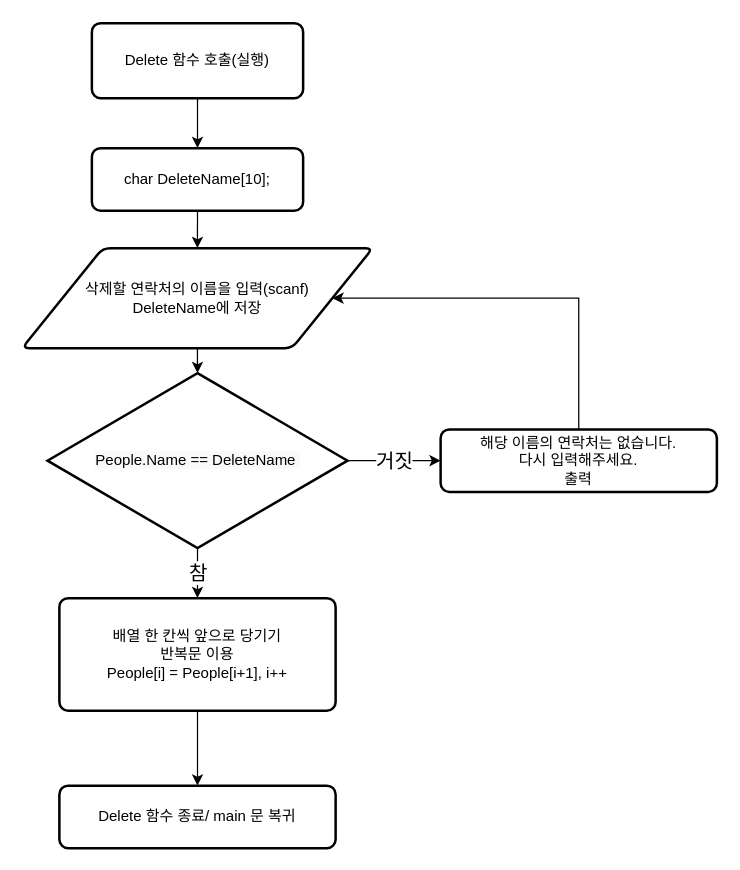
This is Delete 기능.drawio from skatld123/NSH, a draw.io file, before an edit. Source tidied: cells renumbered, new cells numbered last; positions are measured from the earlier drawing's top-left corner, leaving out a move shared by most shapes. Both pictures are drawn from the tidied source at 125%, with x=0, y=0 at pixel (21, 22).
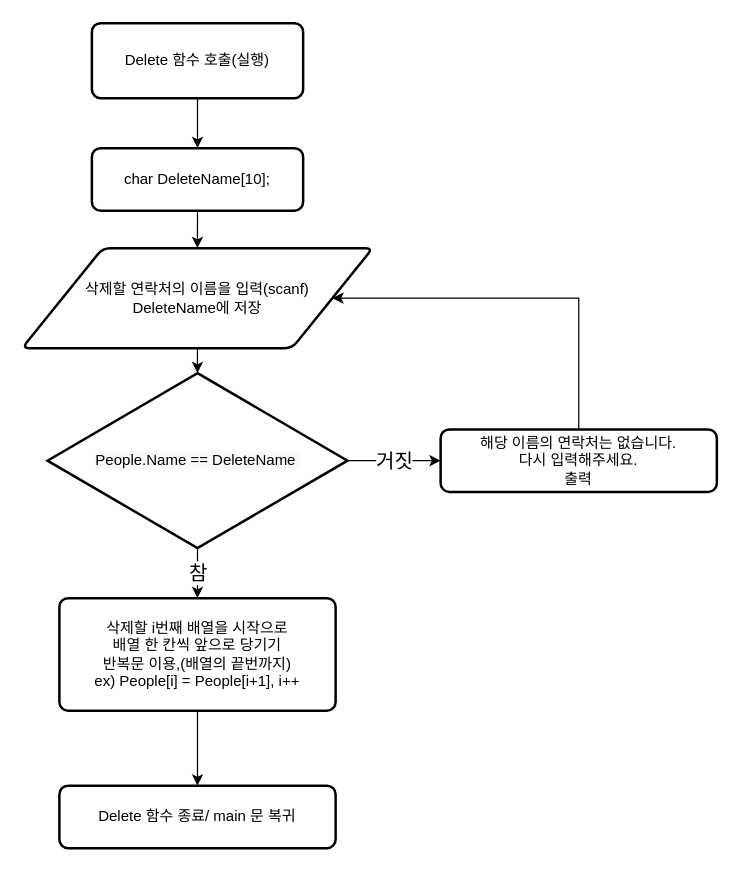
The same page after the edit.

Commit message:
Delete 기능.drawio 업데이트

What changed in the source:
```diff
@@
 <mxGraphModel>
   <root>
     <mxCell id="0" />
     <mxCell id="1" parent="0" />
     <mxCell id="2" style="edgeStyle=orthogonalEdgeStyle;rounded=0;jettySize=auto;html=1;exitX=0.5;exitY=1;exitDx=0;exitDy=0;entryX=0.5;entryY=0;entryDx=0;entryDy=0;" parent="1" edge="1" source="3" target="5">
       <mxGeometry relative="1" as="geometry" />
     </mxCell>
     <mxCell id="3" value="Delete 함수 호출(실행)" style="rounded=1;whiteSpace=wrap;html=1;absoluteArcSize=1;arcSize=14;strokeWidth=2;" parent="1" vertex="1">
       <mxGeometry x="56" width="169" height="60" as="geometry" />
     </mxCell>
     <mxCell id="4" style="edgeStyle=orthogonalEdgeStyle;rounded=0;jettySize=auto;html=1;exitX=0.5;exitY=1;exitDx=0;exitDy=0;entryX=0.5;entryY=0;entryDx=0;entryDy=0;" parent="1" edge="1" source="5" target="7">
       <mxGeometry relative="1" as="geometry" />
     </mxCell>
     <mxCell id="5" value="char DeleteName[10];" style="rounded=1;whiteSpace=wrap;html=1;absoluteArcSize=1;arcSize=14;strokeWidth=2;" parent="1" vertex="1">
       <mxGeometry x="56" y="100" width="169" height="50" as="geometry" />
     </mxCell>
     <mxCell id="6" style="edgeStyle=orthogonalEdgeStyle;rounded=0;jettySize=auto;html=1;exitX=0.5;exitY=1;exitDx=0;exitDy=0;entryX=0.5;entryY=0;entryDx=0;entryDy=0;entryPerimeter=0;" parent="1" edge="1" source="7" target="14">
       <mxGeometry relative="1" as="geometry" />
     </mxCell>
     <mxCell id="7" value="삭제할 연락처의 이름을 입력(scanf)&lt;br&gt;DeleteName에 저장" style="shape=parallelogram;html=1;strokeWidth=2;perimeter=parallelogramPerimeter;whiteSpace=wrap;rounded=1;arcSize=12;size=0.23;" parent="1" vertex="1">
       <mxGeometry x="0.2" y="180" width="280.5" height="80" as="geometry" />
     </mxCell>
     <mxCell id="8" style="edgeStyle=orthogonalEdgeStyle;rounded=0;jettySize=auto;html=1;exitX=0.5;exitY=1;exitDx=0;exitDy=0;entryX=0.5;entryY=0;entryDx=0;entryDy=0;" parent="1" edge="1" source="9" target="15">
       <mxGeometry relative="1" as="geometry" />
     </mxCell>
-    <mxCell id="9" value="배열 한 칸씩 앞으로 당기기&lt;br&gt;반복문 이용&lt;br&gt;People[i] = People[i+1], i++" style="rounded=1;whiteSpace=wrap;html=1;absoluteArcSize=1;arcSize=14;strokeWidth=2;" parent="1" vertex="1">
+    <mxCell id="9" value="삭제할 i번째 배열을 시작으로&lt;br&gt;배열 한 칸씩 앞으로 당기기&lt;br&gt;반복문 이용,(배열의 끝번까지)&lt;br&gt;ex) People[i] = People[i+1], i++" style="rounded=1;whiteSpace=wrap;html=1;absoluteArcSize=1;arcSize=14;strokeWidth=2;" parent="1" vertex="1">
       <mxGeometry x="30" y="460" width="221" height="90" as="geometry" />
     </mxCell>
     <mxCell id="10" style="edgeStyle=orthogonalEdgeStyle;rounded=0;jettySize=auto;html=1;entryX=1;entryY=0.5;entryDx=0;entryDy=0;fontSize=16;" parent="1" edge="1" source="11" target="7">
       <mxGeometry relative="1" as="geometry">
         <Array as="points">
           <mxPoint x="446" y="220" />
         </Array>
       </mxGeometry>
     </mxCell>
     <mxCell id="11" value="해당 이름의 연락처는 없습니다.&lt;br&gt;다시 입력해주세요.&lt;br&gt;출력" style="rounded=1;whiteSpace=wrap;html=1;absoluteArcSize=1;arcSize=14;strokeWidth=2;" parent="1" vertex="1">
       <mxGeometry x="335" y="325" width="221" height="50" as="geometry" />
     </mxCell>
     <mxCell id="12" value="참" style="edgeStyle=orthogonalEdgeStyle;rounded=0;jettySize=auto;html=1;exitX=0.5;exitY=1;exitDx=0;exitDy=0;exitPerimeter=0;entryX=0.5;entryY=0;entryDx=0;entryDy=0;fontSize=16;" parent="1" edge="1" source="14" target="9">
       <mxGeometry relative="1" as="geometry" />
     </mxCell>
     <mxCell id="13" value="거짓" style="edgeStyle=orthogonalEdgeStyle;rounded=0;jettySize=auto;html=1;exitX=1;exitY=0.5;exitDx=0;exitDy=0;exitPerimeter=0;fontSize=16;" parent="1" edge="1" source="14" target="11">
       <mxGeometry relative="1" as="geometry" />
     </mxCell>
     <mxCell id="14" value="&lt;span style=&quot;color: rgb(0 , 0 , 0) ; font-family: &amp;#34;helvetica&amp;#34; ; font-size: 12px ; font-style: normal ; font-weight: 400 ; letter-spacing: normal ; text-align: center ; text-indent: 0px ; text-transform: none ; word-spacing: 0px ; background-color: rgb(248 , 249 , 250) ; display: inline ; float: none&quot;&gt;People.Name == DeleteName&amp;nbsp;&lt;/span&gt;" style="strokeWidth=2;html=1;shape=mxgraph.flowchart.decision;whiteSpace=wrap;" parent="1" vertex="1">
       <mxGeometry x="20.5" y="280" width="240" height="140" as="geometry" />
     </mxCell>
     <mxCell id="15" value="Delete 함수 종료/ main 문 복귀" style="rounded=1;whiteSpace=wrap;html=1;absoluteArcSize=1;arcSize=14;strokeWidth=2;" parent="1" vertex="1">
       <mxGeometry x="30" y="610" width="221" height="50" as="geometry" />
     </mxCell>
   </root>
 </mxGraphModel>
```
